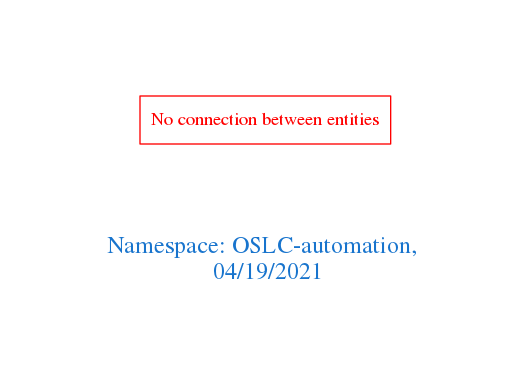
arago/OGIT keeps this Graphviz diagram as downloads/OSLC-automation.png. Above is the earlier version. Its source is kept beside it as downloads/OSLC-automation.dot.
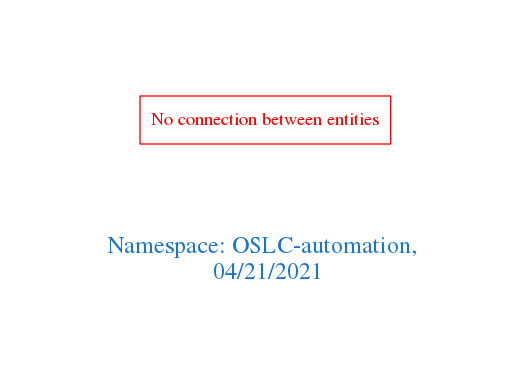
After the change.

What changed in the source:
```diff
@@ -1,7 +1,7 @@
 digraph OGIT_ontology {
  graph [ rankdir= LR,pad=1
 fontsize = 18,
-fontcolor= dodgerblue3,label = "\n\n\nNamespace: OSLC-automation, \n 04/19/2021"];
+fontcolor= dodgerblue3,label = "\n\n\nNamespace: OSLC-automation, \n 04/21/2021"];
 node[shape=polygon];
 edge [  color="gray81"];
 
```
